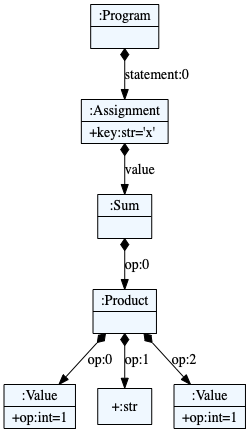
Earlier version of the Graphviz export examples/test_ae.dot.png (robinjack/dsl_for_data_analysis). Its source is kept beside it as examples/test_ae.dot. The source it was exported from:
```dot
    digraph textX {
    fontname = "Bitstream Vera Sans"
    fontsize = 8
    node[
        shape=record,
        style=filled,
        fillcolor=aliceblue
    ]
    nodesep = 0.3
    edge[dir=black,arrowtail=empty]


4514568144 -> 4514566288 [label="statement:0" arrowtail=diamond dir=both]
4514566288 -> 4514568464 [label="value" arrowtail=diamond dir=both]
4514568464 -> 4514567632 [label="op:0" arrowtail=diamond dir=both]
4514567632 -> 4514569808 [label="op:0" arrowtail=diamond dir=both]
4514569808[label="{:Value|+op:int=1\l}"]
4514567632 -> "+:str" [label="op:1" arrowtail=diamond dir=both]
4514567632 -> 4514567952 [label="op:2" arrowtail=diamond dir=both]
4514567952[label="{:Value|+op:int=1\l}"]
4514567632[label="{:Product|}"]
4514568464[label="{:Sum|}"]
4514566288[label="{:Assignment|+key:str='x'\l}"]
4514568144[label="{:Program|}"]

}
```
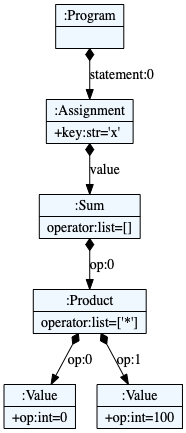
The same diagram one commit later.

What changed in the source:
```diff
@@ -10,17 +10,16 @@
     edge[dir=black,arrowtail=empty]
 
 
-4514568144 -> 4514566288 [label="statement:0" arrowtail=diamond dir=both]
-4514566288 -> 4514568464 [label="value" arrowtail=diamond dir=both]
-4514568464 -> 4514567632 [label="op:0" arrowtail=diamond dir=both]
-4514567632 -> 4514569808 [label="op:0" arrowtail=diamond dir=both]
-4514569808[label="{:Value|+op:int=1\l}"]
-4514567632 -> "+:str" [label="op:1" arrowtail=diamond dir=both]
-4514567632 -> 4514567952 [label="op:2" arrowtail=diamond dir=both]
-4514567952[label="{:Value|+op:int=1\l}"]
-4514567632[label="{:Product|}"]
-4514568464[label="{:Sum|}"]
-4514566288[label="{:Assignment|+key:str='x'\l}"]
-4514568144[label="{:Program|}"]
+4731220432 -> 4731220688 [label="statement:0" arrowtail=diamond dir=both]
+4731220688 -> 4731220880 [label="value" arrowtail=diamond dir=both]
+4731220880 -> 4731221008 [label="op:0" arrowtail=diamond dir=both]
+4731221008 -> 4731221200 [label="op:0" arrowtail=diamond dir=both]
+4731221200[label="{:Value|+op:int=0\l}"]
+4731221008 -> 4731221392 [label="op:1" arrowtail=diamond dir=both]
+4731221392[label="{:Value|+op:int=100\l}"]
+4731221008[label="{:Product|operator:list=['*']\l}"]
+4731220880[label="{:Sum|operator:list=[]\l}"]
+4731220688[label="{:Assignment|+key:str='x'\l}"]
+4731220432[label="{:Program|}"]
 
 }
```
